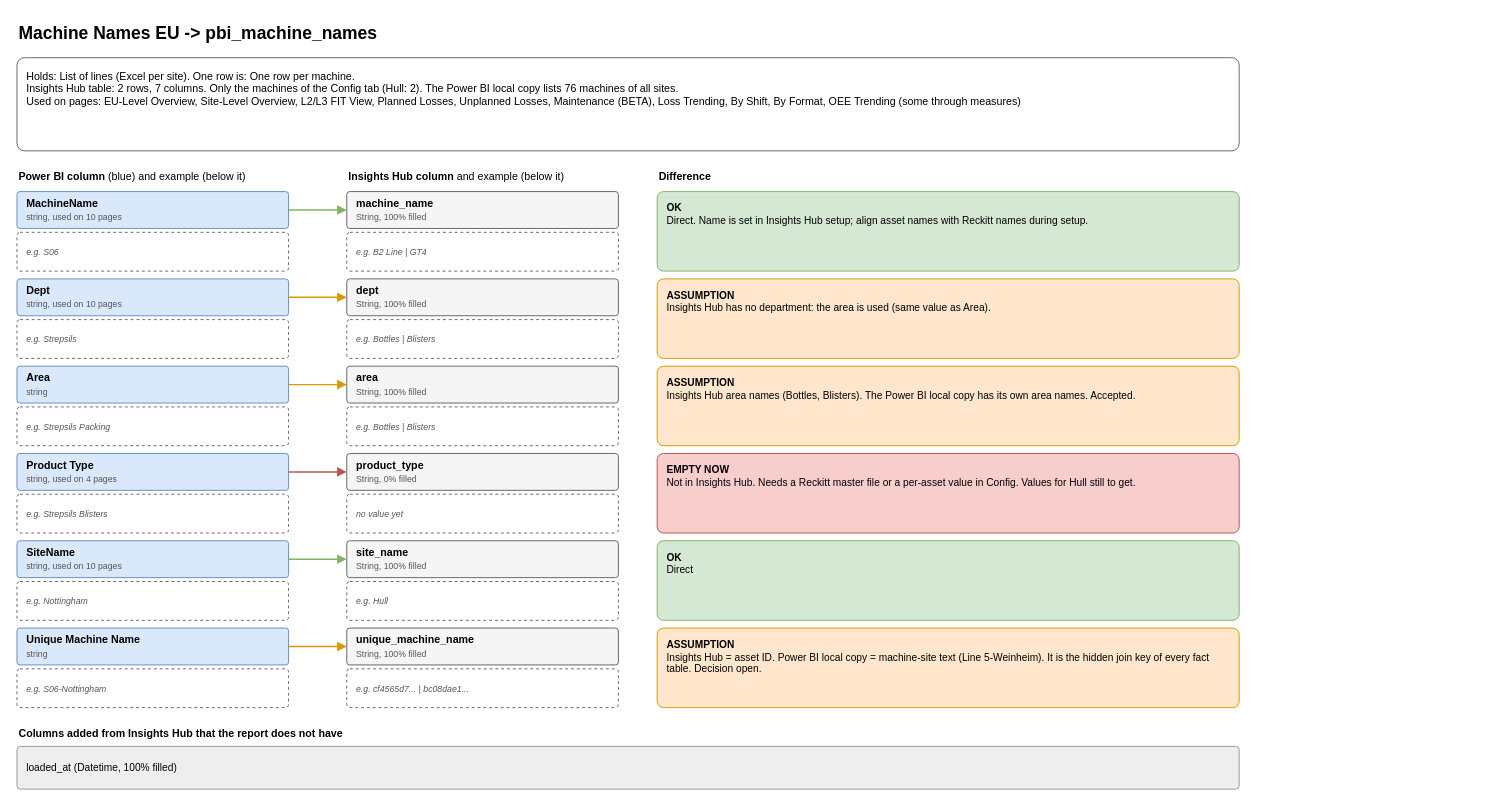
Earlier version of the draw.io diagram page "2 Machine Names EU" (2 of 8) of diagrams/powerbi-data-map.drawio (AbiyyuMufti/SIH-IBMX-R). Source tidied: cells renumbered, new cells numbered last; positions are measured from the earlier drawing's top-left corner, leaving out a move shared by most shapes. Both pictures are drawn from the tidied source at 97%, with x=0, y=0 at pixel (16, 16).
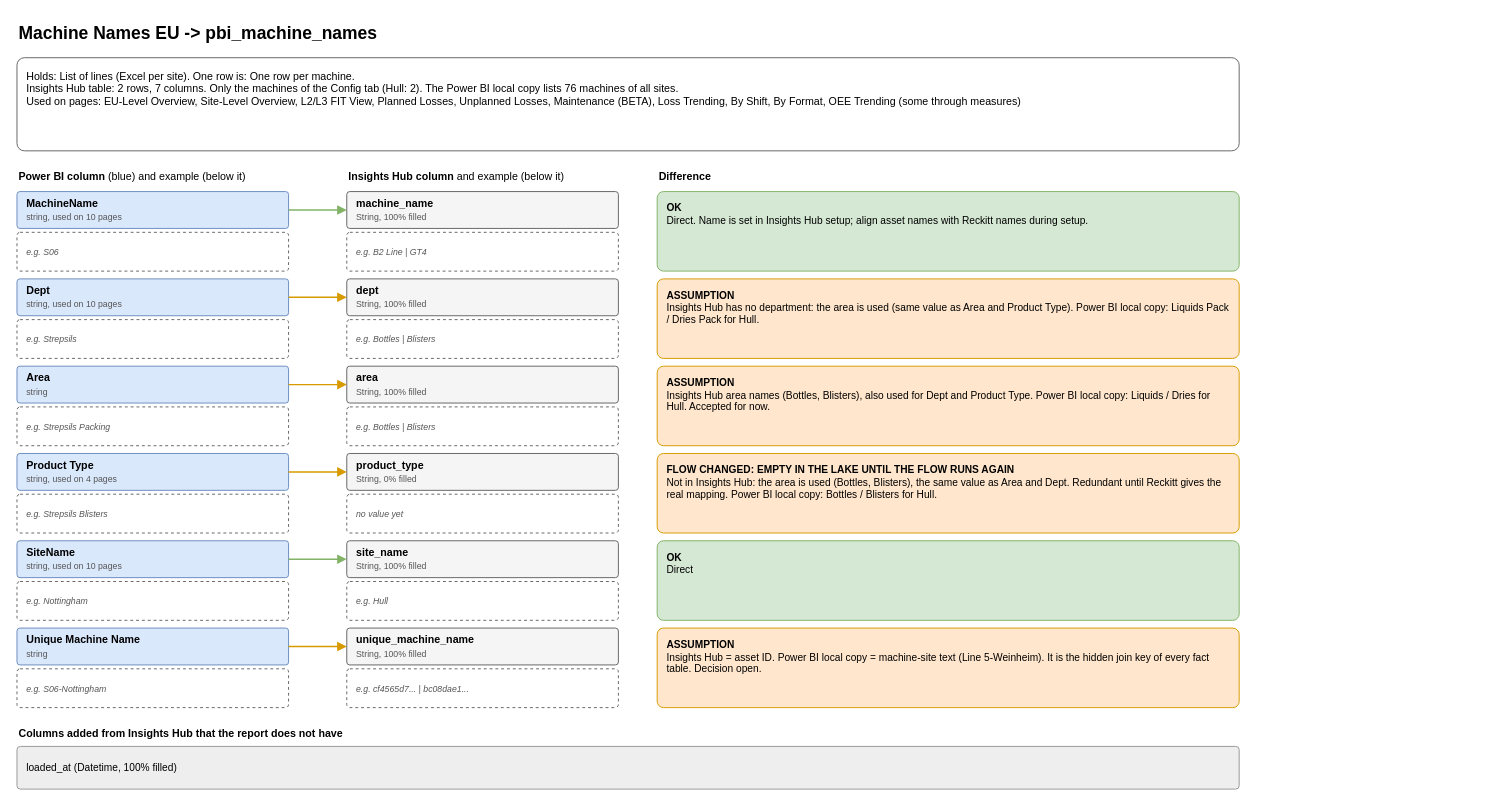
Above is the later version.

Commit message (it also covers changes not shown here):
Machine names: product_type takes the Insights Hub area (decision 2026-10-13); test, docs, diagram

Unchanged cells that the change refers to:
```xml
<mxCell id="25" value="&lt;b&gt;Product Type&lt;/b&gt;&lt;br&gt;&lt;font style=&quot;font-size:9px&quot; color=&quot;#555555&quot;&gt;string, used on 4 pages&lt;/font&gt;" style="rounded=1;whiteSpace=wrap;html=1;align=left;verticalAlign=middle;spacingLeft=8;spacingRight=6;spacingTop=2;spacingBottom=2;fontSize=11;arcSize=8;fillColor=#dae8fc;strokeColor=#6c8ebf;" parent="1" vertex="1">
  <mxGeometry y="450" width="280" height="38" as="geometry" />
</mxCell>
<mxCell id="27" value="&lt;b&gt;product_type&lt;/b&gt;&lt;br&gt;&lt;font style=&quot;font-size:9px&quot; color=&quot;#555555&quot;&gt;String, 0% filled&lt;/font&gt;" style="rounded=1;whiteSpace=wrap;html=1;align=left;verticalAlign=middle;spacingLeft=8;spacingRight=6;spacingTop=2;spacingBottom=2;fontSize=11;arcSize=8;fillColor=#f5f5f5;strokeColor=#666666;" parent="1" vertex="1">
  <mxGeometry x="340" y="450" width="280" height="38" as="geometry" />
</mxCell>
```

What changed in the source:
```diff
@@
-    <mxCell id="18" value="&lt;b&gt;ASSUMPTION&lt;/b&gt;&lt;br&gt;Insights Hub has no department: the area is used (same value as Area)." style="rounded=1;whiteSpace=wrap;html=1;align=left;verticalAlign=middle;spacingLeft=8;spacingRight=6;spacingTop=2;spacingBottom=2;fontSize=11;arcSize=8;fillColor=#ffe6cc;strokeColor=#d79b00;verticalAlign=top;spacingTop=4;fontSize=10.5;" parent="1" vertex="1">
+    <mxCell id="18" value="&lt;b&gt;ASSUMPTION&lt;/b&gt;&lt;br&gt;Insights Hub has no department: the area is used (same value as Area and Product Type). Power BI local copy: Liquids Pack / Dries Pack for Hull." style="rounded=1;whiteSpace=wrap;html=1;align=left;verticalAlign=middle;spacingLeft=8;spacingRight=6;spacingTop=2;spacingBottom=2;fontSize=11;arcSize=8;fillColor=#ffe6cc;strokeColor=#d79b00;verticalAlign=top;spacingTop=4;fontSize=10.5;" parent="1" vertex="1">
       <mxGeometry x="660" y="270" width="600" height="82" as="geometry" />
     </mxCell>
@@
-    <mxCell id="24" value="&lt;b&gt;ASSUMPTION&lt;/b&gt;&lt;br&gt;Insights Hub area names (Bottles, Blisters). The Power BI local copy has its own area names. Accepted." style="rounded=1;whiteSpace=wrap;html=1;align=left;verticalAlign=middle;spacingLeft=8;spacingRight=6;spacingTop=2;spacingBottom=2;fontSize=11;arcSize=8;fillColor=#ffe6cc;strokeColor=#d79b00;verticalAlign=top;spacingTop=4;fontSize=10.5;" parent="1" vertex="1">
+    <mxCell id="24" value="&lt;b&gt;ASSUMPTION&lt;/b&gt;&lt;br&gt;Insights Hub area names (Bottles, Blisters), also used for Dept and Product Type. Power BI local copy: Liquids / Dries for Hull. Accepted for now." style="rounded=1;whiteSpace=wrap;html=1;align=left;verticalAlign=middle;spacingLeft=8;spacingRight=6;spacingTop=2;spacingBottom=2;fontSize=11;arcSize=8;fillColor=#ffe6cc;strokeColor=#d79b00;verticalAlign=top;spacingTop=4;fontSize=10.5;" parent="1" vertex="1">
       <mxGeometry x="660" y="360" width="600" height="82" as="geometry" />
     </mxCell>
@@
-    <mxCell id="29" style="edgeStyle=orthogonalEdgeStyle;html=1;endArrow=block;endFill=1;strokeWidth=1.5;strokeColor=#b85450;" parent="1" edge="1" source="25" target="27">
+    <mxCell id="29" style="edgeStyle=orthogonalEdgeStyle;html=1;endArrow=block;endFill=1;strokeWidth=1.5;strokeColor=#d79b00;" parent="1" edge="1" source="25" target="27">
       <mxGeometry relative="1" as="geometry" />
     </mxCell>
-    <mxCell id="30" value="&lt;b&gt;EMPTY NOW&lt;/b&gt;&lt;br&gt;Not in Insights Hub. Needs a Reckitt master file or a per-asset value in Config. Values for Hull still to get." style="rounded=1;whiteSpace=wrap;html=1;align=left;verticalAlign=middle;spacingLeft=8;spacingRight=6;spacingTop=2;spacingBottom=2;fontSize=11;arcSize=8;fillColor=#f8cecc;strokeColor=#b85450;verticalAlign=top;spacingTop=4;fontSize=10.5;" parent="1" vertex="1">
+    <mxCell id="30" value="&lt;b&gt;FLOW CHANGED: EMPTY IN THE LAKE UNTIL THE FLOW RUNS AGAIN&lt;/b&gt;&lt;br&gt;Not in Insights Hub: the area is used (Bottles, Blisters), the same value as Area and Dept. Redundant until Reckitt gives the real mapping. Power BI local copy: Bottles / Blisters for Hull." style="rounded=1;whiteSpace=wrap;html=1;align=left;verticalAlign=middle;spacingLeft=8;spacingRight=6;spacingTop=2;spacingBottom=2;fontSize=11;arcSize=8;fillColor=#ffe6cc;strokeColor=#d79b00;verticalAlign=top;spacingTop=4;fontSize=10.5;" parent="1" vertex="1">
       <mxGeometry x="660" y="450" width="600" height="82" as="geometry" />
     </mxCell>
```
